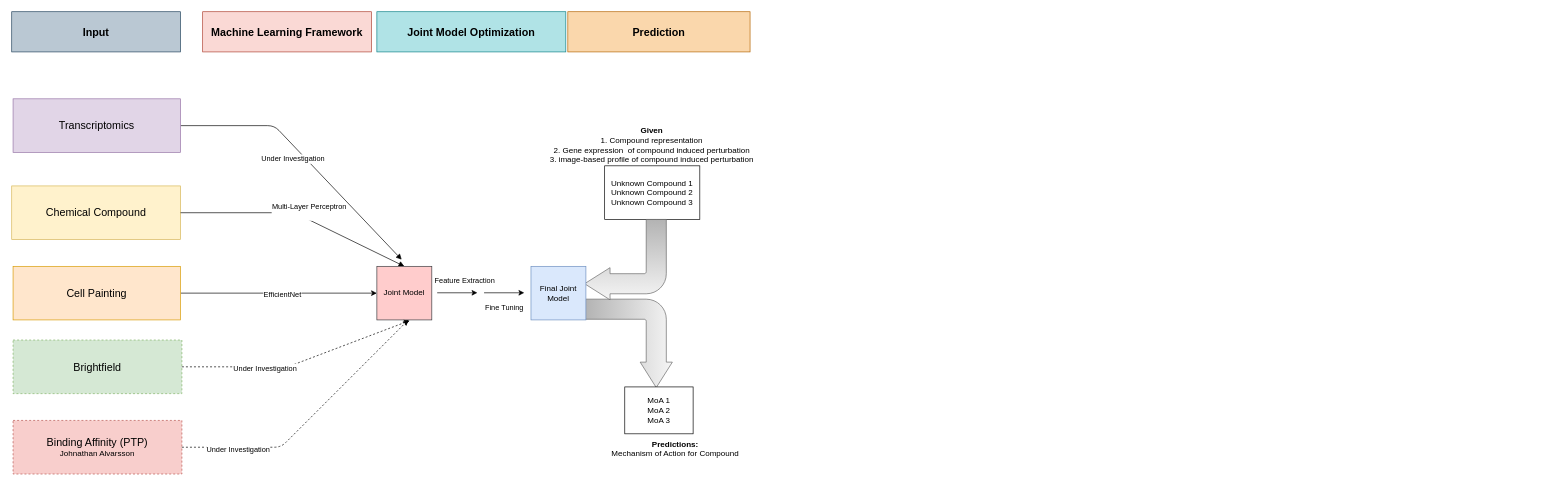
This is page "Page-1" (1 of 2) of data_for_models/Algorithm_Rep.drawio from sverige16/m_thesis, a draw.io file, before an edit. Source tidied: cells renumbered, new cells numbered last; positions are measured from the earlier drawing's top-left corner, leaving out a move shared by most shapes. Both pictures are drawn from the tidied source at 67%, with x=0, y=0 at pixel (11, 11).
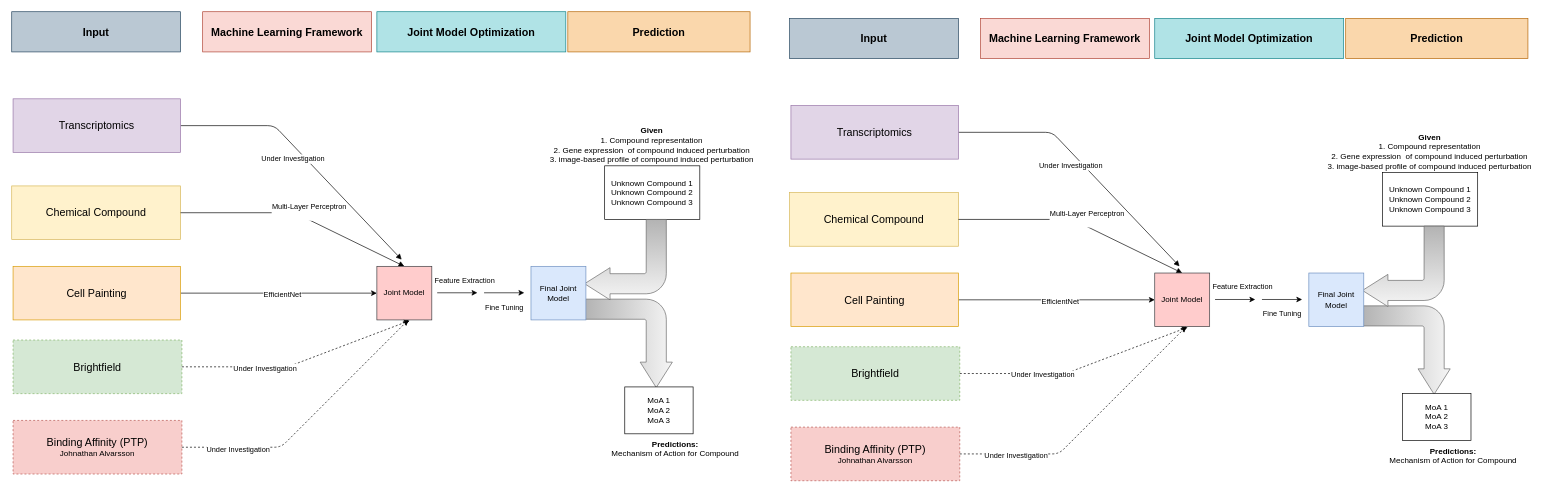
The same page after the edit.

Change to the diagram source:
```diff
@@
+    <mxCell id="30" value="Under Investigation" style="verticalAlign=bottom;endArrow=block;shadow=0;strokeWidth=1;exitX=1;exitY=0.5;exitDx=0;exitDy=0;" parent="1" edge="1" source="31">
+      <mxGeometry x="-0.03" y="-20" relative="1" as="geometry">
+        <mxPoint x="1743" y="380" as="targetPoint" />
+        <Array as="points">
+          <mxPoint x="1553" y="180" />
+        </Array>
+      </mxGeometry>
+    </mxCell>
+    <mxCell id="31" value="&lt;font style=&quot;font-size: 16px;&quot;&gt;Transcriptomics&lt;br&gt;&lt;/font&gt;" style="rounded=0;whiteSpace=wrap;html=1;fillColor=#e1d5e7;strokeColor=#9673a6;" parent="1" vertex="1">
+      <mxGeometry x="1163" y="140" width="250" height="80" as="geometry" />
+    </mxCell>
+    <mxCell id="32" value="&lt;font style=&quot;font-size: 16px;&quot;&gt;Chemical Compound&lt;br&gt;&lt;/font&gt;" style="rounded=0;whiteSpace=wrap;html=1;fillColor=#fff2cc;strokeColor=#d6b656;" parent="1" vertex="1">
+      <mxGeometry x="1161" y="270" width="252" height="80" as="geometry" />
+    </mxCell>
+    <mxCell id="33" style="edgeStyle=orthogonalEdgeStyle;rounded=0;jettySize=auto;html=1;entryX=0;entryY=0.5;entryDx=0;entryDy=0;" parent="1" edge="1" source="35" target="37">
+      <mxGeometry relative="1" as="geometry" />
+    </mxCell>
+    <mxCell id="34" value="EfficientNet" style="edgeLabel;html=1;align=center;verticalAlign=middle;" parent="33" vertex="1">
+      <mxGeometry x="0.03" y="-1" relative="1" as="geometry" />
+    </mxCell>
+    <mxCell id="35" value="&lt;font style=&quot;font-size: 16px;&quot;&gt;Cell Painting&lt;br&gt;&lt;/font&gt;" style="rounded=0;whiteSpace=wrap;html=1;fillColor=#ffe6cc;strokeColor=#d79b00;" parent="1" vertex="1">
+      <mxGeometry x="1163" y="390" width="250" height="80" as="geometry" />
+    </mxCell>
+    <mxCell id="36" value="Multi-Layer Perceptron&#10;" style="verticalAlign=bottom;endArrow=block;shadow=0;strokeWidth=1;exitX=1;exitY=0.5;exitDx=0;exitDy=0;entryX=0.5;entryY=0;entryDx=0;entryDy=0;" parent="1" edge="1" source="32" target="37">
+      <mxGeometry x="0.11" y="-2" relative="1" as="geometry">
+        <Array as="points">
+          <mxPoint x="1583" y="310" />
+        </Array>
+      </mxGeometry>
+    </mxCell>
+    <mxCell id="37" value="Joint Model" style="whiteSpace=wrap;html=1;fillColor=#ffcccc;strokeColor=#36393d;" parent="1" vertex="1">
+      <mxGeometry x="1706" y="390" width="82" height="80" as="geometry" />
+    </mxCell>
+    <mxCell id="38" value="&lt;div&gt;Unknown Compound 1&lt;/div&gt;&lt;div&gt;Unknown Compound 2 Unknown Compound 3&lt;br&gt;&lt;/div&gt;" style="rounded=0;whiteSpace=wrap;html=1;" parent="1" vertex="1">
+      <mxGeometry x="2046" y="240" width="142" height="80" as="geometry" />
+    </mxCell>
+    <mxCell id="39" style="html=1;shadow=0;dashed=0;align=center;verticalAlign=middle;shape=mxgraph.arrows2.bendArrow;dy=15;dx=38;notch=0;arrowHead=48;rounded=1;fontSize=12;rotation=90;fillColor=#f5f5f5;strokeColor=#666666;gradientColor=#b3b3b3;" parent="1" vertex="1">
+      <mxGeometry x="2016" y="440" width="132" height="130" as="geometry" />
+    </mxCell>
+    <mxCell id="40" style="html=1;shadow=0;dashed=0;align=center;verticalAlign=middle;shape=mxgraph.arrows2.bendArrow;dy=15;dx=38;notch=0;arrowHead=48;rounded=1;fontSize=12;rotation=-180;fillColor=#f5f5f5;strokeColor=#666666;gradientColor=#b3b3b3;" parent="1" vertex="1">
+      <mxGeometry x="2016" y="320" width="122" height="120" as="geometry" />
+    </mxCell>
+    <mxCell id="41" value="&lt;div&gt;MoA 1&lt;/div&gt;&lt;div&gt;MoA 2&lt;/div&gt;&lt;div&gt;MoA 3&lt;br&gt;&lt;/div&gt;" style="rounded=0;whiteSpace=wrap;html=1;" parent="1" vertex="1">
+      <mxGeometry x="2076" y="570" width="102" height="70" as="geometry" />
+    </mxCell>
+    <mxCell id="42" value="&lt;div&gt;&lt;b&gt;Predictions:&lt;/b&gt;&lt;/div&gt;&lt;div&gt;Mechanism of Action for Compound&lt;/div&gt;&lt;div&gt;&lt;br&gt;&lt;/div&gt;" style="text;html=1;align=center;verticalAlign=middle;strokeColor=none;fillColor=none;fontSize=12;" parent="1" vertex="1">
+      <mxGeometry x="2046" y="640" width="210" height="60" as="geometry" />
+    </mxCell>
+    <mxCell id="43" style="endArrow=classic;html=1;rounded=0;entryX=0;entryY=0.5;entryDx=0;entryDy=0;" parent="1" edge="1">
+      <mxGeometry relative="1" as="geometry">
+        <mxPoint x="1796" y="429.5" as="sourcePoint" />
+        <mxPoint x="1856" y="429.5" as="targetPoint" />
+      </mxGeometry>
+    </mxCell>
+    <mxCell id="44" value="Feature Extraction" style="edgeLabel;html=1;align=center;verticalAlign=middle;" parent="43" vertex="1">
+      <mxGeometry x="-0.33" y="-1" relative="1" as="geometry">
+        <mxPoint x="20" y="-20" as="offset" />
+      </mxGeometry>
+    </mxCell>
+    <mxCell id="45" value="Fine Tuning" style="endArrow=classic;html=1;rounded=0;entryX=0;entryY=0.5;entryDx=0;entryDy=0;" parent="1" edge="1">
+      <mxGeometry y="-20" relative="1" as="geometry">
+        <mxPoint x="1866" y="429.5" as="sourcePoint" />
+        <mxPoint x="1926" y="429.5" as="targetPoint" />
+        <mxPoint y="1" as="offset" />
+      </mxGeometry>
+    </mxCell>
+    <mxCell id="46" value="Final Joint Model" style="whiteSpace=wrap;html=1;fillColor=#dae8fc;strokeColor=#6c8ebf;" parent="1" vertex="1">
+      <mxGeometry x="1936" y="390" width="82" height="80" as="geometry" />
+    </mxCell>
+    <mxCell id="47" value="&lt;font style=&quot;font-size: 16px;&quot;&gt;Input&lt;/font&gt;" style="rounded=0;whiteSpace=wrap;html=1;fontStyle=1;fillColor=#bac8d3;strokeColor=#23445d;" parent="1" vertex="1">
+      <mxGeometry x="1161" y="10" width="252" height="60" as="geometry" />
+    </mxCell>
+    <mxCell id="48" value="&lt;b&gt;&lt;font style=&quot;font-size: 16px;&quot;&gt;Machine Learning Framework&lt;/font&gt;&lt;/b&gt;" style="rounded=0;whiteSpace=wrap;html=1;fillColor=#fad9d5;strokeColor=#ae4132;" parent="1" vertex="1">
+      <mxGeometry x="1446" y="10" width="252" height="60" as="geometry" />
+    </mxCell>
+    <mxCell id="49" value="&lt;b&gt;&lt;font style=&quot;font-size: 16px;&quot;&gt;Prediction&lt;/font&gt;&lt;/b&gt;" style="rounded=0;whiteSpace=wrap;html=1;fillColor=#fad7ac;strokeColor=#b46504;" parent="1" vertex="1">
+      <mxGeometry x="1991" y="10" width="272" height="60" as="geometry" />
+    </mxCell>
+    <mxCell id="50" value="&lt;b&gt;&lt;font style=&quot;font-size: 16px;&quot;&gt;Joint Model Optimization&lt;/font&gt;&lt;/b&gt;" style="rounded=0;whiteSpace=wrap;html=1;fillColor=#b0e3e6;strokeColor=#0e8088;" parent="1" vertex="1">
+      <mxGeometry x="1706" y="10" width="282" height="60" as="geometry" />
+    </mxCell>
+    <mxCell id="51" value="&lt;font style=&quot;font-size: 16px;&quot;&gt;Brightfield&lt;/font&gt;" style="rounded=0;whiteSpace=wrap;html=1;fillColor=#d5e8d4;strokeColor=#82b366;dashed=1;" parent="1" vertex="1">
+      <mxGeometry x="1163" y="500" width="252" height="80" as="geometry" />
+    </mxCell>
+    <mxCell id="52" value="&lt;div&gt;&lt;font style=&quot;font-size: 16px;&quot;&gt;Binding Affinity (PTP)&lt;/font&gt;&lt;/div&gt;&lt;div style=&quot;&quot;&gt;&lt;font style=&quot;font-size: 12px;&quot;&gt;Johnathan Alvarsson &lt;br&gt;&lt;/font&gt;&lt;/div&gt;" style="rounded=0;whiteSpace=wrap;html=1;fillColor=#f8cecc;strokeColor=#b85450;dashed=1;" parent="1" vertex="1">
+      <mxGeometry x="1163" y="620" width="252" height="80" as="geometry" />
+    </mxCell>
+    <mxCell id="53" style="endArrow=classic;html=1;rounded=1;exitX=1;exitY=0.5;exitDx=0;exitDy=0;entryX=0.598;entryY=1.013;entryDx=0;entryDy=0;entryPerimeter=0;dashed=1;" parent="1" edge="1" source="51" target="37">
+      <mxGeometry relative="1" as="geometry">
+        <Array as="points">
+          <mxPoint x="1573" y="540" />
+        </Array>
+      </mxGeometry>
+    </mxCell>
+    <mxCell id="54" value="Under Investigation" style="edgeLabel;html=1;align=center;verticalAlign=middle;" parent="53" vertex="1">
+      <mxGeometry x="-0.3" y="-1" relative="1" as="geometry" />
+    </mxCell>
+    <mxCell id="55" style="endArrow=classic;html=1;rounded=1;exitX=1;exitY=0.5;exitDx=0;exitDy=0;dashed=1;" parent="1" edge="1" source="52">
+      <mxGeometry relative="1" as="geometry">
+        <mxPoint x="1753" y="470" as="targetPoint" />
+        <Array as="points">
+          <mxPoint x="1563" y="660" />
+        </Array>
+      </mxGeometry>
+    </mxCell>
+    <mxCell id="56" value="Under Investigation" style="edgeLabel;html=1;align=center;verticalAlign=middle;" parent="55" vertex="1">
+      <mxGeometry x="-0.6" y="-2" relative="1" as="geometry" />
+    </mxCell>
+    <mxCell id="57" value="&lt;div&gt;&lt;b&gt;Given&lt;/b&gt;&lt;/div&gt;&lt;div&gt;1. Compound representation&lt;/div&gt;&lt;div&gt;2. Gene expression&amp;nbsp; of compound induced perturbation&lt;/div&gt;&lt;div&gt;3. image-based profile of compound induced perturbation&lt;br&gt;&lt;/div&gt;" style="text;html=1;align=center;verticalAlign=middle;strokeColor=none;fillColor=none;fontSize=12;" parent="1" vertex="1">
+      <mxGeometry x="1951" y="174" width="330" height="70" as="geometry" />
+    </mxCell>
```
